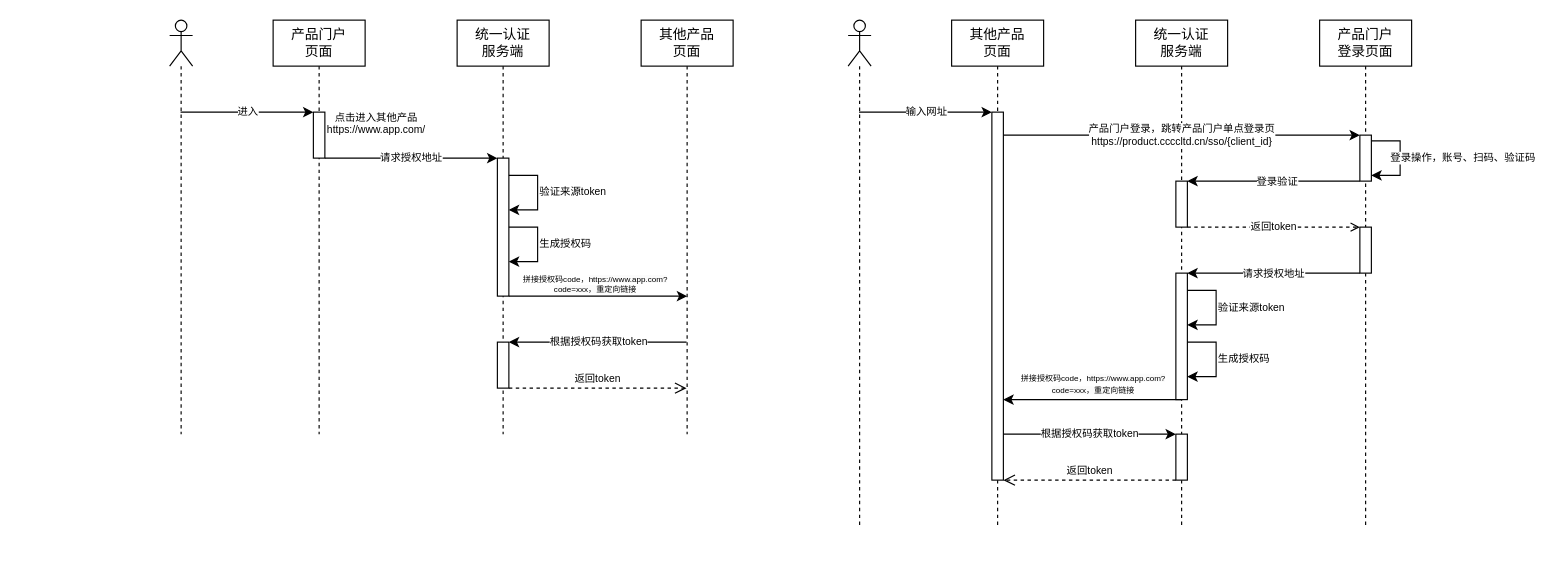
Before: page "登录交互" (5 of 5) of others/产品中心.drawio in Qunz/drawio, a draw.io diagram. Source tidied: cells renumbered, new cells numbered last; positions are measured from the earlier drawing's top-left corner, leaving out a move shared by most shapes. Both pictures are drawn from the tidied source at 115%, with x=0, y=0 at pixel (169, 20).
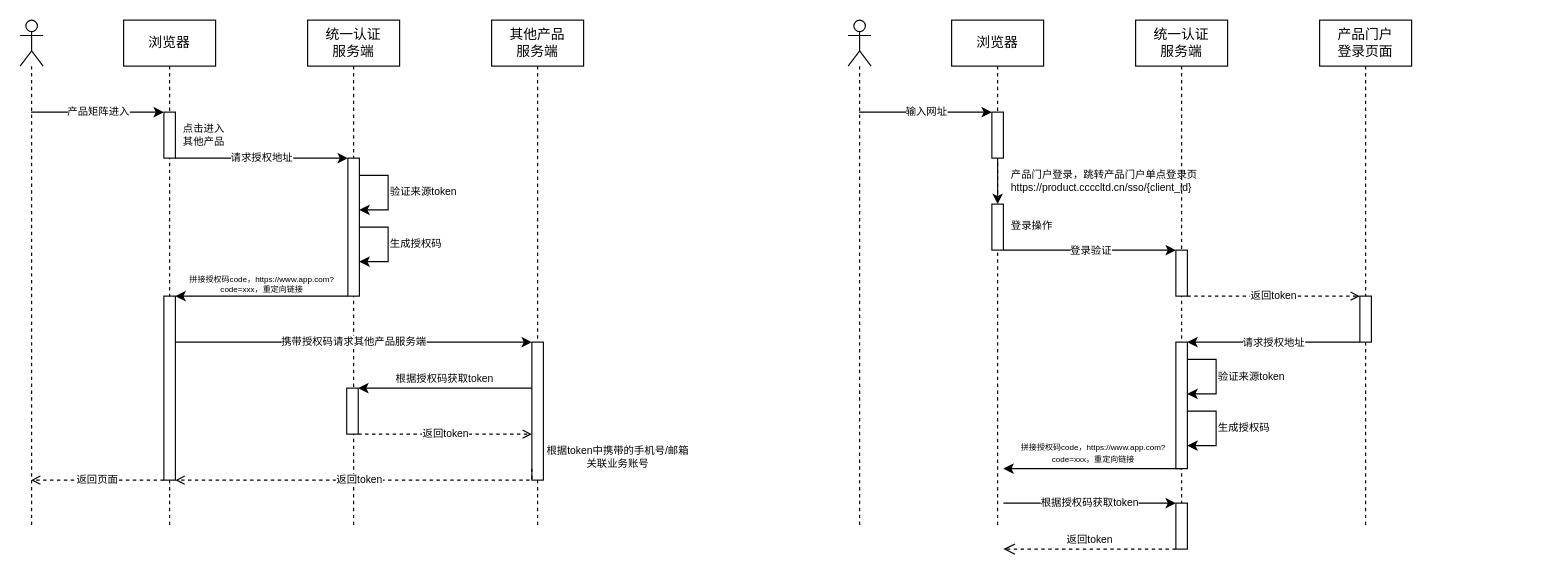
Above is the later version.

Commit message (it also covers changes not shown here):
更新产品中心.drawio

The change refers to these unchanged cells:
```xml
<mxCell id="5" style="html=1;points=[[0,0,0,0,5],[0,1,0,0,-5],[1,0,0,0,5],[1,1,0,0,-5]];perimeter=orthogonalPerimeter;outlineConnect=0;targetShapes=umlLifeline;portConstraint=eastwest;newEdgeStyle={&quot;curved&quot;:0,&quot;rounded&quot;:0};" parent="4" vertex="1">
  <mxGeometry x="35" y="80" width="10" height="40" as="geometry" />
</mxCell>
<mxCell id="7" style="html=1;points=[[0,0,0,0,5],[0,1,0,0,-5],[1,0,0,0,5],[1,1,0,0,-5]];perimeter=orthogonalPerimeter;outlineConnect=0;targetShapes=umlLifeline;portConstraint=eastwest;newEdgeStyle={&quot;curved&quot;:0,&quot;rounded&quot;:0};" parent="6" vertex="1">
  <mxGeometry x="35" y="120" width="10" height="120" as="geometry" />
</mxCell>
<mxCell id="21" value="统一认证&lt;div&gt;服务端&lt;/div&gt;" style="shape=umlLifeline;perimeter=lifelinePerimeter;whiteSpace=wrap;html=1;newEdgeStyle={&quot;curved&quot;:0,&quot;rounded&quot;:0};" parent="1" vertex="1">
  <mxGeometry x="840" width="80" height="440" as="geometry" />
</mxCell>
<mxCell id="29" value="产品门户&lt;br&gt;登录页面" style="shape=umlLifeline;perimeter=lifelinePerimeter;whiteSpace=wrap;html=1;newEdgeStyle={&quot;curved&quot;:0,&quot;rounded&quot;:0};" parent="1" vertex="1">
  <mxGeometry x="1000" width="80" height="440" as="geometry" />
</mxCell>
```

What changed in the source:
```diff
@@
-    <mxCell id="2" value="进入" style="edgeStyle=orthogonalEdgeStyle;rounded=0;jettySize=auto;html=1;curved=0;fontSize=9;" parent="1" edge="1" source="3" target="5">
+    <mxCell id="2" value="产品矩阵进入" style="edgeStyle=orthogonalEdgeStyle;rounded=0;jettySize=auto;html=1;curved=0;fontSize=9;" parent="1" edge="1" source="3" target="5">
       <mxGeometry relative="1" as="geometry">
         <Array as="points">
-          <mxPoint x="100" y="80" />
-          <mxPoint x="100" y="80" />
+          <mxPoint x="-30" y="80" />
+          <mxPoint x="-30" y="80" />
         </Array>
       </mxGeometry>
     </mxCell>
     <mxCell id="3" style="shape=umlLifeline;perimeter=lifelinePerimeter;whiteSpace=wrap;html=1;outlineConnect=0;portConstraint=eastwest;newEdgeStyle={&quot;curved&quot;:0,&quot;rounded&quot;:0};participant=umlActor;" parent="1" vertex="1">
-      <mxGeometry width="20" height="360" as="geometry" />
+      <mxGeometry x="-130" width="20" height="440" as="geometry" />
     </mxCell>
-    <mxCell id="4" value="产品门户&lt;div&gt;页面&lt;/div&gt;" style="shape=umlLifeline;perimeter=lifelinePerimeter;whiteSpace=wrap;html=1;newEdgeStyle={&quot;curved&quot;:0,&quot;rounded&quot;:0};" parent="1" vertex="1">
-      <mxGeometry x="90" width="80" height="360" as="geometry" />
+    <mxCell id="4" value="浏览器" style="shape=umlLifeline;perimeter=lifelinePerimeter;whiteSpace=wrap;html=1;newEdgeStyle={&quot;curved&quot;:0,&quot;rounded&quot;:0};" parent="1" vertex="1">
+      <mxGeometry x="-40" width="80" height="440" as="geometry" />
     </mxCell>
@@
+    <mxCell id="39" style="html=1;points=[[0,0,0,0,5],[0,1,0,0,-5],[1,0,0,0,5],[1,1,0,0,-5]];perimeter=orthogonalPerimeter;outlineConnect=0;targetShapes=umlLifeline;portConstraint=eastwest;newEdgeStyle={&quot;curved&quot;:0,&quot;rounded&quot;:0};" parent="4" vertex="1">
+      <mxGeometry x="35" y="240" width="10" height="160" as="geometry" />
+    </mxCell>
     <mxCell id="6" value="统一认证&lt;div&gt;服务端&lt;/div&gt;" style="shape=umlLifeline;perimeter=lifelinePerimeter;whiteSpace=wrap;html=1;newEdgeStyle={&quot;curved&quot;:0,&quot;rounded&quot;:0};" parent="1" vertex="1">
-      <mxGeometry x="250" width="80" height="360" as="geometry" />
+      <mxGeometry x="120" width="80" height="440" as="geometry" />
     </mxCell>
@@
-    <mxCell id="8" style="html=1;points=[[0,0,0,0,5],[0,1,0,0,-5],[1,0,0,0,5],[1,1,0,0,-5]];perimeter=orthogonalPerimeter;outlineConnect=0;targetShapes=umlLifeline;portConstraint=eastwest;newEdgeStyle={&quot;curved&quot;:0,&quot;rounded&quot;:0};" parent="6" vertex="1">
-      <mxGeometry x="35" y="280" width="10" height="40" as="geometry" />
-    </mxCell>
@@
+    <mxCell id="40" style="html=1;perimeter=orthogonalPerimeter;targetShapes=umlLifeline;newEdgeStyle={&quot;curved&quot;:0,&quot;rounded&quot;:0};" parent="6" vertex="1">
+      <mxGeometry x="34" y="320" width="10" height="40" as="geometry" />
+    </mxCell>
-    <mxCell id="11" value="其他产品&lt;br&gt;页面" style="shape=umlLifeline;perimeter=lifelinePerimeter;whiteSpace=wrap;html=1;newEdgeStyle={&quot;curved&quot;:0,&quot;rounded&quot;:0};" parent="1" vertex="1">
-      <mxGeometry x="410" width="80" height="360" as="geometry" />
+    <mxCell id="11" value="其他产品&lt;br&gt;服务端" style="shape=umlLifeline;perimeter=lifelinePerimeter;whiteSpace=wrap;html=1;newEdgeStyle={&quot;curved&quot;:0,&quot;rounded&quot;:0};" parent="1" vertex="1">
+      <mxGeometry x="280" width="80" height="440" as="geometry" />
     </mxCell>
+    <mxCell id="8" style="html=1;points=[[0,0,0,0,5],[0,1,0,0,-5],[1,0,0,0,5],[1,1,0,0,-5]];perimeter=orthogonalPerimeter;outlineConnect=0;targetShapes=umlLifeline;portConstraint=eastwest;newEdgeStyle={&quot;curved&quot;:0,&quot;rounded&quot;:0};" parent="11" vertex="1">
+      <mxGeometry x="35" y="280" width="10" height="120" as="geometry" />
+    </mxCell>
-    <mxCell id="12" value="点击进入&lt;span style=&quot;background-color: transparent; color: light-dark(rgb(0, 0, 0), rgb(255, 255, 255));&quot;&gt;其他产品&lt;br&gt;https://www.app.com/&lt;/span&gt;" style="text;html=1;align=center;verticalAlign=middle;whiteSpace=wrap;rounded=0;fontSize=9;" parent="1" vertex="1">
-      <mxGeometry x="140" y="80" width="80" height="20" as="geometry" />
+    <mxCell id="12" value="点击进入&lt;br&gt;&lt;span style=&quot;background-color: transparent; color: light-dark(rgb(0, 0, 0), rgb(255, 255, 255));&quot;&gt;其他产品&lt;/span&gt;" style="text;html=1;align=center;verticalAlign=middle;whiteSpace=wrap;rounded=0;fontSize=9;" parent="1" vertex="1">
+      <mxGeometry x="10" y="90" width="40" height="20" as="geometry" />
     </mxCell>
     <mxCell id="13" value="请求授权地址" style="edgeStyle=orthogonalEdgeStyle;rounded=0;jettySize=auto;html=1;curved=0;fontSize=9;" parent="1" edge="1" source="5" target="7">
       <mxGeometry relative="1" as="geometry">
         <Array as="points">
-          <mxPoint x="260" y="120" />
-          <mxPoint x="260" y="120" />
+          <mxPoint x="130" y="120" />
+          <mxPoint x="130" y="120" />
         </Array>
       </mxGeometry>
     </mxCell>
-    <mxCell id="14" value="拼接授权码code，&lt;span style=&quot;background-color: light-dark(rgb(251, 251, 251), rgb(21, 21, 21)); text-wrap-mode: wrap; color: light-dark(rgb(0, 0, 0), rgb(255, 255, 255));&quot;&gt;https://www.app.com?code=xxx，重定向&lt;/span&gt;&lt;span style=&quot;background-color: light-dark(rgb(251, 251, 251), rgb(21, 21, 21)); text-wrap-mode: wrap; color: light-dark(rgb(0, 0, 0), rgb(255, 255, 255));&quot;&gt;链接&lt;/span&gt;" style="html=1;verticalAlign=middle;endArrow=classic;rounded=0;fontSize=7;elbow=vertical;endFill=1;" parent="1" edge="1">
-      <mxGeometry x="-0.03" y="10" relative="1" as="geometry">
-        <mxPoint x="295" y="240" as="sourcePoint" />
-        <mxPoint x="450" y="240" as="targetPoint" />
-      </mxGeometry>
+    <mxCell id="14" value="拼接授权码code，&lt;span style=&quot;background-color: light-dark(rgb(251, 251, 251), rgb(21, 21, 21)); text-wrap-mode: wrap; color: light-dark(rgb(0, 0, 0), rgb(255, 255, 255));&quot;&gt;https://www.app.com?code=xxx，重定向&lt;/span&gt;&lt;span style=&quot;background-color: light-dark(rgb(251, 251, 251), rgb(21, 21, 21)); text-wrap-mode: wrap; color: light-dark(rgb(0, 0, 0), rgb(255, 255, 255));&quot;&gt;链接&lt;/span&gt;" style="html=1;verticalAlign=middle;endArrow=classic;rounded=0;fontSize=7;elbow=vertical;endFill=1;" parent="1" edge="1" source="7" target="39">
+      <mxGeometry y="-10" relative="1" as="geometry" />
     </mxCell>
-    <mxCell id="15" value="根据授权码获取token" style="rounded=0;jettySize=auto;html=1;fontSize=9;" parent="1" edge="1" target="8">
+    <mxCell id="15" value="携带授权码请求其他产品服务端" style="rounded=0;orthogonalLoop=1;jettySize=auto;html=1;fontSize=9;" parent="1" edge="1">
       <mxGeometry relative="1" as="geometry">
-        <mxPoint x="449.5" y="280" as="sourcePoint" />
+        <mxPoint x="5" y="280" as="sourcePoint" />
+        <mxPoint x="315" y="280" as="targetPoint" />
       </mxGeometry>
     </mxCell>
-    <mxCell id="16" value="返回token" style="html=1;verticalAlign=bottom;endArrow=open;dashed=1;endSize=8;rounded=0;fontSize=9;" parent="1" edge="1" source="8">
-      <mxGeometry relative="1" as="geometry">
-        <mxPoint x="449.5" y="320" as="targetPoint" />
-      </mxGeometry>
-    </mxCell>
@@
-    <mxCell id="19" value="其他产品&lt;br&gt;&lt;div&gt;页面&lt;/div&gt;" style="shape=umlLifeline;perimeter=lifelinePerimeter;whiteSpace=wrap;html=1;newEdgeStyle={&quot;curved&quot;:0,&quot;rounded&quot;:0};" parent="1" vertex="1">
+    <mxCell id="19" value="浏览器" style="shape=umlLifeline;perimeter=lifelinePerimeter;whiteSpace=wrap;html=1;newEdgeStyle={&quot;curved&quot;:0,&quot;rounded&quot;:0};" parent="1" vertex="1">
       <mxGeometry x="680" width="80" height="440" as="geometry" />
     </mxCell>
     <mxCell id="20" style="html=1;points=[[0,0,0,0,5],[0,1,0,0,-5],[1,0,0,0,5],[1,1,0,0,-5]];perimeter=orthogonalPerimeter;outlineConnect=0;targetShapes=umlLifeline;portConstraint=eastwest;newEdgeStyle={&quot;curved&quot;:0,&quot;rounded&quot;:0};" parent="19" vertex="1">
-      <mxGeometry x="35" y="80" width="10" height="320" as="geometry" />
+      <mxGeometry x="35" y="80" width="10" height="40" as="geometry" />
     </mxCell>
+    <mxCell id="30" style="html=1;points=[[0,0,0,0,5],[0,1,0,0,-5],[1,0,0,0,5],[1,1,0,0,-5]];perimeter=orthogonalPerimeter;outlineConnect=0;targetShapes=umlLifeline;portConstraint=eastwest;newEdgeStyle={&quot;curved&quot;:0,&quot;rounded&quot;:0};" parent="19" vertex="1">
+      <mxGeometry x="35" y="160" width="10" height="40" as="geometry" />
+    </mxCell>
+    <mxCell id="33" value="产品门户登录，跳转产品门户单点登录页&lt;div&gt;https://product.ccccltd.cn/sso/{client_id}&lt;/div&gt;" style="rounded=0;jettySize=auto;html=1;fontSize=9;labelPosition=right;verticalLabelPosition=middle;align=left;verticalAlign=middle;labelBackgroundColor=#FFFFFF;" parent="19" edge="1" source="20" target="30">
+      <mxGeometry y="10" relative="1" as="geometry" />
+    </mxCell>
@@
     <mxCell id="22" style="html=1;points=[[0,0,0,0,5],[0,1,0,0,-5],[1,0,0,0,5],[1,1,0,0,-5]];perimeter=orthogonalPerimeter;outlineConnect=0;targetShapes=umlLifeline;portConstraint=eastwest;newEdgeStyle={&quot;curved&quot;:0,&quot;rounded&quot;:0};" parent="21" vertex="1">
-      <mxGeometry x="35" y="140" width="10" height="40" as="geometry" />
+      <mxGeometry x="35" y="200" width="10" height="40" as="geometry" />
     </mxCell>
     <mxCell id="23" style="html=1;points=[[0,0,0,0,5],[0,1,0,0,-5],[1,0,0,0,5],[1,1,0,0,-5]];perimeter=orthogonalPerimeter;outlineConnect=0;targetShapes=umlLifeline;portConstraint=eastwest;newEdgeStyle={&quot;curved&quot;:0,&quot;rounded&quot;:0};" parent="21" vertex="1">
-      <mxGeometry x="35" y="360" width="10" height="40" as="geometry" />
+      <mxGeometry x="35" y="420" width="10" height="40" as="geometry" />
     </mxCell>
     <mxCell id="24" style="html=1;points=[[0,0,0,0,5],[0,1,0,0,-5],[1,0,0,0,5],[1,1,0,0,-5]];perimeter=orthogonalPerimeter;outlineConnect=0;targetShapes=umlLifeline;portConstraint=eastwest;newEdgeStyle={&quot;curved&quot;:0,&quot;rounded&quot;:0};" parent="21" vertex="1">
-      <mxGeometry x="35" y="220" width="10" height="110" as="geometry" />
+      <mxGeometry x="35" y="280" width="10" height="110" as="geometry" />
     </mxCell>
     <mxCell id="25" value="&lt;div style=&quot;text-align: center;&quot;&gt;&lt;span style=&quot;background-color: light-dark(#ffffff, var(--ge-dark-color, #121212)); color: light-dark(rgb(0, 0, 0), rgb(255, 255, 255));&quot;&gt;验证来源token&lt;/span&gt;&lt;/div&gt;" style="edgeStyle=orthogonalEdgeStyle;rounded=0;orthogonalLoop=1;jettySize=auto;html=1;curved=0;fontSize=9;labelPosition=right;verticalLabelPosition=middle;align=left;verticalAlign=middle;" parent="21" edge="1" source="24" target="24">
       <mxGeometry relative="1" as="geometry">
         <Array as="points">
-          <mxPoint x="70" y="235" />
-          <mxPoint x="70" y="265" />
+          <mxPoint x="70" y="295" />
+          <mxPoint x="70" y="325" />
         </Array>
       </mxGeometry>
     </mxCell>
     <mxCell id="26" value="&lt;div style=&quot;text-align: center;&quot;&gt;生成授权码&lt;/div&gt;" style="edgeStyle=orthogonalEdgeStyle;rounded=0;orthogonalLoop=1;jettySize=auto;html=1;curved=0;fontSize=9;labelPosition=right;verticalLabelPosition=middle;align=left;verticalAlign=middle;" parent="21" edge="1" source="24" target="24">
       <mxGeometry relative="1" as="geometry">
         <Array as="points">
-          <mxPoint x="70" y="280" />
-          <mxPoint x="70" y="310" />
+          <mxPoint x="70" y="340" />
+          <mxPoint x="70" y="370" />
         </Array>
       </mxGeometry>
     </mxCell>
     <mxCell id="27" value="返回token" style="edgeStyle=orthogonalEdgeStyle;rounded=0;jettySize=auto;html=1;curved=0;fontSize=9;dashed=1;endArrow=open;endFill=0;" parent="1" edge="1" source="22" target="32">
       <mxGeometry relative="1" as="geometry">
         <Array as="points">
-          <mxPoint x="1000" y="180" />
-          <mxPoint x="1000" y="180" />
+          <mxPoint x="1000" y="240" />
+          <mxPoint x="1000" y="240" />
         </Array>
       </mxGeometry>
     </mxCell>
     <mxCell id="28" value="&lt;span style=&quot;font-size: 7px;&quot;&gt;拼接授权码code，&lt;/span&gt;&lt;span style=&quot;color: light-dark(rgb(0, 0, 0), rgb(255, 255, 255)); font-size: 7px; text-wrap-mode: wrap; background-color: light-dark(rgb(251, 251, 251), rgb(21, 21, 21));&quot;&gt;https://www.app.com?code=xxx，重定向&lt;/span&gt;&lt;span style=&quot;color: light-dark(rgb(0, 0, 0), rgb(255, 255, 255)); font-size: 7px; text-wrap-mode: wrap; background-color: light-dark(rgb(251, 251, 251), rgb(21, 21, 21));&quot;&gt;链接&lt;/span&gt;" style="html=1;verticalAlign=bottom;endArrow=classic;endSize=6;rounded=0;fontSize=9;endFill=1;" parent="1" edge="1">
       <mxGeometry relative="1" as="geometry">
-        <mxPoint x="879.5" y="330" as="sourcePoint" />
-        <mxPoint x="725" y="330" as="targetPoint" />
+        <mxPoint x="879.5" y="390" as="sourcePoint" />
+        <mxPoint x="725" y="390" as="targetPoint" />
       </mxGeometry>
     </mxCell>
@@
-    <mxCell id="30" style="html=1;points=[[0,0,0,0,5],[0,1,0,0,-5],[1,0,0,0,5],[1,1,0,0,-5]];perimeter=orthogonalPerimeter;outlineConnect=0;targetShapes=umlLifeline;portConstraint=eastwest;newEdgeStyle={&quot;curved&quot;:0,&quot;rounded&quot;:0};" parent="29" vertex="1">
-      <mxGeometry x="35" y="100" width="10" height="40" as="geometry" />
-    </mxCell>
-    <mxCell id="31" value="登录操作，账号、扫码、验证码" style="edgeStyle=orthogonalEdgeStyle;rounded=0;orthogonalLoop=1;jettySize=auto;html=1;curved=0;fontSize=9;exitX=1;exitY=0;exitDx=0;exitDy=5;exitPerimeter=0;entryX=1;entryY=1;entryDx=0;entryDy=-5;entryPerimeter=0;labelPosition=right;verticalLabelPosition=middle;align=left;verticalAlign=middle;" parent="29" edge="1" source="30" target="30">
-      <mxGeometry y="-10" relative="1" as="geometry">
-        <Array as="points">
-          <mxPoint x="70" y="105" />
-          <mxPoint x="70" y="135" />
-        </Array>
-      </mxGeometry>
-    </mxCell>
     <mxCell id="32" style="html=1;points=[[0,0,0,0,5],[0,1,0,0,-5],[1,0,0,0,5],[1,1,0,0,-5]];perimeter=orthogonalPerimeter;outlineConnect=0;targetShapes=umlLifeline;portConstraint=eastwest;newEdgeStyle={&quot;curved&quot;:0,&quot;rounded&quot;:0};" parent="29" vertex="1">
-      <mxGeometry x="35" y="180" width="10" height="40" as="geometry" />
+      <mxGeometry x="35" y="240" width="10" height="40" as="geometry" />
     </mxCell>
-    <mxCell id="33" value="产品门户登录，跳转产品门户单点登录页&lt;div&gt;https://product.ccccltd.cn/sso/{client_id}&lt;/div&gt;" style="edgeStyle=orthogonalEdgeStyle;rounded=0;jettySize=auto;html=1;curved=0;fontSize=9;" parent="1" edge="1" target="30">
-      <mxGeometry relative="1" as="geometry">
-        <mxPoint x="725" y="100" as="sourcePoint" />
-        <Array as="points">
-          <mxPoint x="960" y="100" />
-          <mxPoint x="960" y="100" />
-        </Array>
-      </mxGeometry>
-    </mxCell>
-    <mxCell id="34" style="edgeStyle=orthogonalEdgeStyle;rounded=0;jettySize=auto;html=1;curved=0;" parent="1" edge="1" source="30" target="22">
+    <mxCell id="34" style="rounded=0;jettySize=auto;html=1;" parent="1" edge="1" target="22">
       <mxGeometry relative="1" as="geometry">
-        <Array as="points">
-          <mxPoint x="1000" y="140" />
-          <mxPoint x="1000" y="140" />
-        </Array>
+        <mxPoint x="725" y="200" as="sourcePoint" />
       </mxGeometry>
     </mxCell>
     <mxCell id="35" value="登录验证" style="edgeLabel;html=1;align=center;verticalAlign=middle;fontSize=9;" parent="34" vertex="1">
       <mxGeometry x="-0.15" y="-1" relative="1" as="geometry">
-        <mxPoint x="-9" y="1" as="offset" />
+        <mxPoint x="11" y="-1" as="offset" />
       </mxGeometry>
     </mxCell>
     <mxCell id="36" value="&lt;span style=&quot;font-size: 9px;&quot;&gt;请求授权地址&lt;/span&gt;" style="edgeStyle=orthogonalEdgeStyle;rounded=0;jettySize=auto;html=1;curved=0;" parent="1" edge="1" source="32">
       <mxGeometry relative="1" as="geometry">
-        <mxPoint x="885" y="220" as="targetPoint" />
+        <mxPoint x="885" y="280" as="targetPoint" />
         <Array as="points">
-          <mxPoint x="1000" y="220" />
-          <mxPoint x="1000" y="220" />
+          <mxPoint x="1000" y="280" />
+          <mxPoint x="1000" y="280" />
         </Array>
       </mxGeometry>
     </mxCell>
     <mxCell id="37" value="根据授权码获取token" style="rounded=0;jettySize=auto;html=1;fontSize=9;" parent="1" edge="1" target="23">
       <mxGeometry relative="1" as="geometry">
-        <mxPoint x="725" y="360" as="sourcePoint" />
+        <mxPoint x="725" y="420" as="sourcePoint" />
       </mxGeometry>
     </mxCell>
     <mxCell id="38" value="返回token" style="html=1;verticalAlign=bottom;endArrow=open;dashed=1;endSize=8;rounded=0;fontSize=9;" parent="1" edge="1">
       <mxGeometry relative="1" as="geometry">
-        <mxPoint x="875" y="400" as="sourcePoint" />
-        <mxPoint x="725" y="400" as="targetPoint" />
+        <mxPoint x="875" y="460" as="sourcePoint" />
+        <mxPoint x="725" y="460" as="targetPoint" />
       </mxGeometry>
     </mxCell>
+    <mxCell id="41" value="&lt;span style=&quot;text-wrap-mode: nowrap;&quot;&gt;根据token中携带的手机号/邮箱&lt;/span&gt;&lt;div&gt;&lt;span style=&quot;text-wrap-mode: nowrap;&quot;&gt;关联业务账号&lt;/span&gt;&lt;/div&gt;" style="text;html=1;align=center;verticalAlign=middle;rounded=0;fontSize=9;whiteSpace=wrap;" parent="1" vertex="1">
+      <mxGeometry x="330" y="370" width="120" height="20" as="geometry" />
+    </mxCell>
+    <mxCell id="16" value="&lt;span style=&quot;color: rgb(0, 0, 0); font-family: Helvetica; font-size: 9px; font-style: normal; font-variant-ligatures: normal; font-variant-caps: normal; font-weight: 400; letter-spacing: normal; orphans: 2; text-align: center; text-indent: 0px; text-transform: none; widows: 2; word-spacing: 0px; -webkit-text-stroke-width: 0px; white-space: nowrap; background-color: rgb(255, 255, 255); text-decoration-thickness: initial; text-decoration-style: initial; text-decoration-color: initial; float: none; display: inline !important;&quot;&gt;根据授权码获取token&lt;/span&gt;" style="html=1;verticalAlign=bottom;endArrow=classic;endSize=6;rounded=0;fontSize=9;endFill=1;" parent="1" edge="1">
+      <mxGeometry relative="1" as="geometry">
+        <mxPoint x="315" y="320" as="sourcePoint" />
+        <mxPoint x="164" y="320" as="targetPoint" />
+      </mxGeometry>
+    </mxCell>
+    <mxCell id="42" value="返回token" style="edgeStyle=orthogonalEdgeStyle;rounded=0;orthogonalLoop=1;jettySize=auto;html=1;curved=0;fontSize=9;dashed=1;endArrow=open;endFill=0;" parent="1" edge="1">
+      <mxGeometry relative="1" as="geometry">
+        <mxPoint x="164" y="360" as="sourcePoint" />
+        <mxPoint x="315" y="360" as="targetPoint" />
+      </mxGeometry>
+    </mxCell>
+    <mxCell id="43" value="返回token" style="edgeStyle=orthogonalEdgeStyle;rounded=0;jettySize=auto;html=1;curved=0;fontSize=9;dashed=1;endArrow=open;endFill=0;" parent="1" edge="1" target="39">
+      <mxGeometry relative="1" as="geometry">
+        <mxPoint x="315" y="390" as="sourcePoint" />
+        <Array as="points">
+          <mxPoint x="315" y="400" />
+        </Array>
+      </mxGeometry>
+    </mxCell>
+    <mxCell id="44" value="返回页面" style="edgeStyle=orthogonalEdgeStyle;rounded=0;jettySize=auto;html=1;curved=0;fontSize=9;dashed=1;endArrow=open;endFill=0;" parent="1" edge="1" source="39" target="3">
+      <mxGeometry relative="1" as="geometry">
+        <Array as="points">
+          <mxPoint x="-30" y="400" />
+          <mxPoint x="-30" y="400" />
+        </Array>
+      </mxGeometry>
+    </mxCell>
+    <mxCell id="45" value="&lt;span style=&quot;font-size: 9px; text-align: left; text-wrap-mode: nowrap; background-color: rgb(255, 255, 255);&quot;&gt;登录操作&lt;/span&gt;" style="text;html=1;align=center;verticalAlign=middle;whiteSpace=wrap;rounded=0;" parent="1" vertex="1">
+      <mxGeometry x="730" y="170" width="40" height="15" as="geometry" />
+    </mxCell>
```
